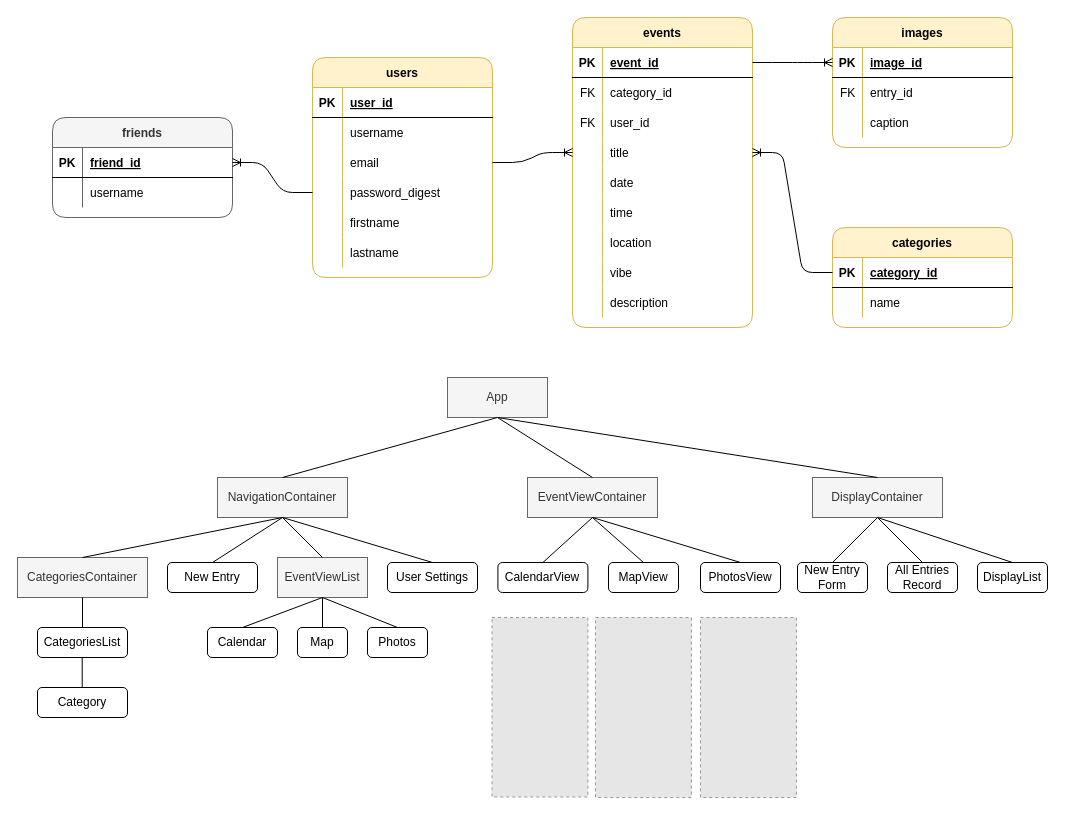
fentybit/Storybook_frontend keeps this draw.io diagram as images/storybook.drawio. Above is the earlier version. Source tidied: cells renumbered, new cells numbered last; positions are measured from the earlier drawing's top-left corner, leaving out a move shared by most shapes. Both pictures are drawn from the tidied source at 100%, with x=0, y=0 at pixel (17, 17). Pictures stored in the file or linked from it are replaced by grey dashed boxes.
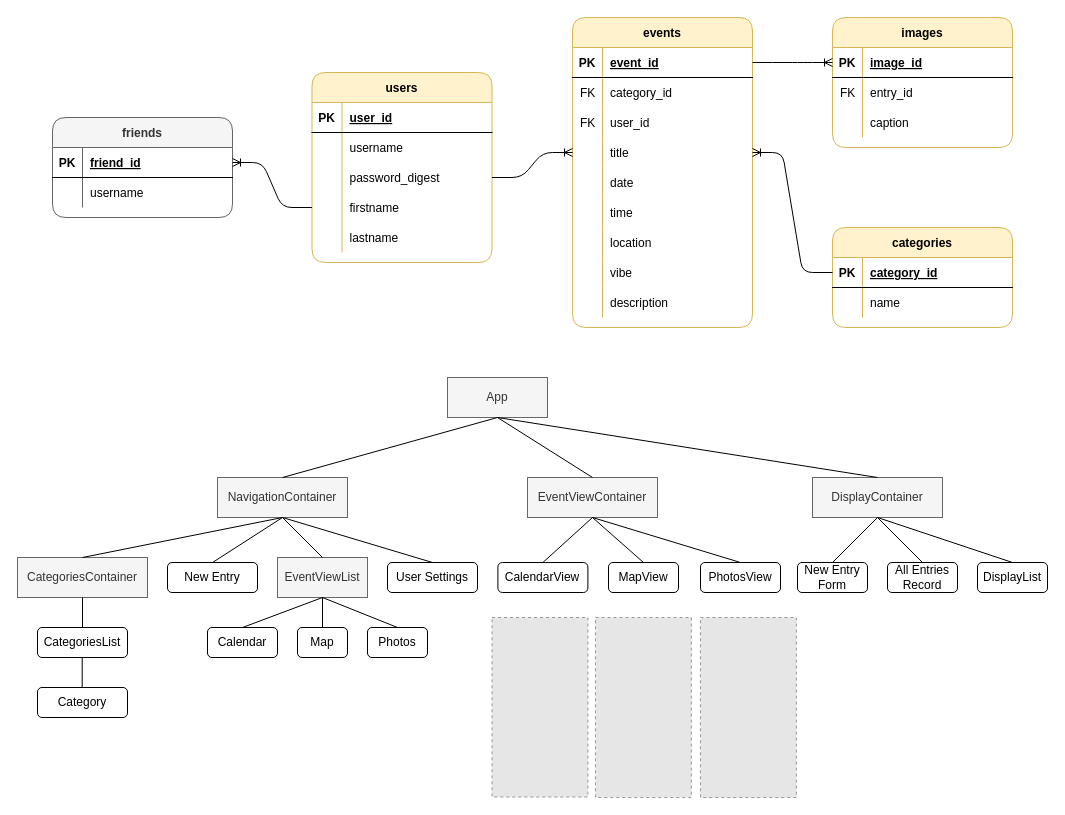
Above is the later version.

The change refers to these unchanged cells:
```xml
<mxCell id="9" style="shape=partialRectangle;fillColor=none;top=0;left=0;bottom=0;right=0;points=[[0,0.5],[1,0.5]];portConstraint=eastwest;" parent="2" vertex="1">
  <mxGeometry y="90" width="180" height="30" as="geometry" />
</mxCell>
<mxCell id="12" style="shape=partialRectangle;fillColor=none;top=0;left=0;bottom=0;right=0;points=[[0,0.5],[1,0.5]];portConstraint=eastwest;" parent="2" vertex="1">
  <mxGeometry y="120" width="180" height="30" as="geometry" />
</mxCell>
<mxCell id="15" style="shape=partialRectangle;fillColor=none;top=0;left=0;bottom=0;right=0;" parent="2" vertex="1">
  <mxGeometry y="150" width="180" height="30" as="geometry" />
</mxCell>
```

Diff of the diagram source:
```diff
@@
     <mxCell id="2" value="users" style="shape=table;startSize=30;childLayout=tableLayout;rowLines=0;fontStyle=1;align=center;rounded=1;sketch=0;fillColor=#fff2cc;strokeColor=#d6b656;" parent="1" vertex="1">
-      <mxGeometry x="295" y="40" width="180" height="220" as="geometry" />
+      <mxGeometry x="294.5" y="55" width="180" height="190" as="geometry" />
     </mxCell>
@@
-    <mxCell id="11" value="email" style="shape=partialRectangle;fillColor=none;top=0;left=0;bottom=0;right=0;align=left;spacingLeft=6;overflow=hidden;" parent="9" vertex="1">
+    <mxCell id="11" value="password_digest" style="shape=partialRectangle;fillColor=none;top=0;left=0;bottom=0;right=0;align=left;spacingLeft=6;overflow=hidden;" parent="9" vertex="1">
       <mxGeometry x="30" width="150" height="30" as="geometry" />
     </mxCell>
@@
-    <mxCell id="14" value="password_digest" style="shape=partialRectangle;fillColor=none;top=0;left=0;bottom=0;right=0;align=left;spacingLeft=6;overflow=hidden;" parent="12" vertex="1">
+    <mxCell id="14" value="firstname" style="shape=partialRectangle;fillColor=none;top=0;left=0;bottom=0;right=0;align=left;spacingLeft=6;overflow=hidden;" parent="12" vertex="1">
       <mxGeometry x="30" width="150" height="30" as="geometry" />
     </mxCell>
@@
-    <mxCell id="17" value="firstname" style="shape=partialRectangle;fillColor=none;top=0;left=0;bottom=0;right=0;align=left;spacingLeft=6;overflow=hidden;" parent="15" vertex="1">
+    <mxCell id="17" value="lastname" style="shape=partialRectangle;fillColor=none;top=0;left=0;bottom=0;right=0;align=left;spacingLeft=6;overflow=hidden;" parent="15" vertex="1">
       <mxGeometry x="30" width="150" height="30" as="geometry" />
     </mxCell>
-    <mxCell id="18" style="shape=partialRectangle;fillColor=none;top=0;left=0;bottom=0;right=0;" parent="2" vertex="1">
-      <mxGeometry y="180" width="180" height="30" as="geometry" />
-    </mxCell>
-    <mxCell id="19" style="shape=partialRectangle;fillColor=none;top=0;left=0;bottom=0;right=0;overflow=hidden;" parent="18" vertex="1">
-      <mxGeometry width="30" height="30" as="geometry" />
-    </mxCell>
-    <mxCell id="20" value="lastname" style="shape=partialRectangle;fillColor=none;top=0;left=0;bottom=0;right=0;align=left;spacingLeft=6;overflow=hidden;" parent="18" vertex="1">
-      <mxGeometry x="30" width="150" height="30" as="geometry" />
-    </mxCell>
```
